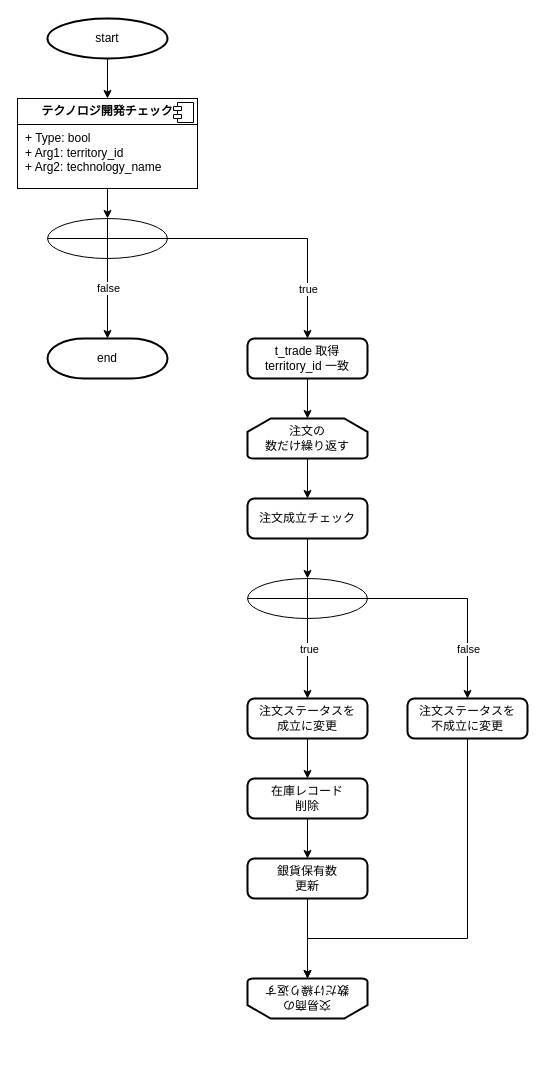
This is page "注文" (4 of 4) of table.drawio from T-Miyaoka/geeklog, a draw.io file, before an edit. Source tidied: cells renumbered, new cells numbered last; positions are measured from the earlier drawing's top-left corner, leaving out a move shared by most shapes. Both pictures are drawn from the tidied source at 100%, with x=0, y=0 at pixel (17, 18).
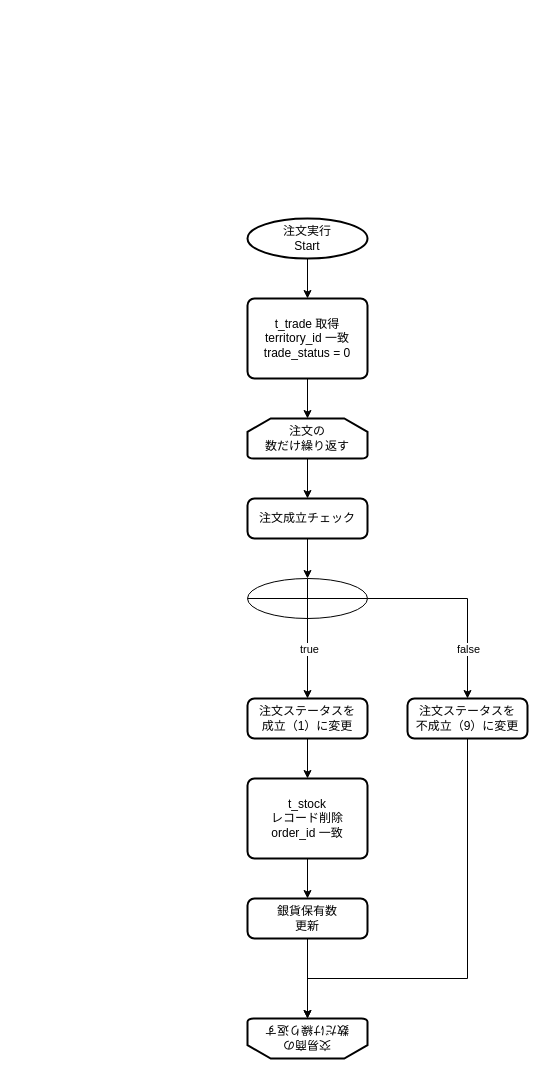
Above is the later version.

Diff of the diagram source:
```diff
@@
+    <mxCell id="33" style="edgeStyle=orthogonalEdgeStyle;rounded=0;jettySize=auto;html=1;" parent="1" edge="1" source="2" target="26">
+      <mxGeometry relative="1" as="geometry" />
+    </mxCell>
-    <mxCell id="2" value="start" style="strokeWidth=2;html=1;shape=mxgraph.flowchart.start_1;whiteSpace=wrap;" parent="1" vertex="1">
-      <mxGeometry x="30" width="120" height="40" as="geometry" />
+    <mxCell id="2" value="&lt;div&gt;注文実行&lt;/div&gt;Start" style="strokeWidth=2;html=1;shape=mxgraph.flowchart.start_1;whiteSpace=wrap;" parent="1" vertex="1">
+      <mxGeometry x="230" y="200" width="120" height="40" as="geometry" />
     </mxCell>
-    <mxCell id="3" style="edgeStyle=orthogonalEdgeStyle;rounded=0;jettySize=auto;html=1;exitX=0.5;exitY=1;exitDx=0;exitDy=0;exitPerimeter=0;" parent="1" edge="1" source="2" target="24">
-      <mxGeometry relative="1" as="geometry" />
-    </mxCell>
-    <mxCell id="4" style="edgeStyle=orthogonalEdgeStyle;rounded=0;jettySize=auto;html=1;" parent="1" edge="1" source="8" target="10">
-      <mxGeometry relative="1" as="geometry" />
-    </mxCell>
-    <mxCell id="5" value="false" style="edgeLabel;html=1;align=center;verticalAlign=middle;" parent="4" vertex="1">
-      <mxGeometry x="-0.28" y="3" relative="1" as="geometry">
-        <mxPoint x="-3" as="offset" />
-      </mxGeometry>
-    </mxCell>
-    <mxCell id="6" style="edgeStyle=orthogonalEdgeStyle;rounded=0;jettySize=auto;html=1;entryX=0.5;entryY=0;entryDx=0;entryDy=0;" parent="1" edge="1" source="8" target="26">
-      <mxGeometry relative="1" as="geometry" />
-    </mxCell>
-    <mxCell id="7" value="true" style="edgeLabel;html=1;align=center;verticalAlign=middle;" parent="6" vertex="1">
-      <mxGeometry x="-0.26" relative="1" as="geometry">
-        <mxPoint x="51" y="50" as="offset" />
-      </mxGeometry>
-    </mxCell>
-    <mxCell id="8" style="verticalLabelPosition=bottom;verticalAlign=top;html=1;shape=mxgraph.flowchart.summing_function;" parent="1" vertex="1">
-      <mxGeometry x="30" y="200" width="120" height="40" as="geometry" />
-    </mxCell>
-    <mxCell id="9" style="edgeStyle=orthogonalEdgeStyle;rounded=0;jettySize=auto;html=1;" parent="1" edge="1" source="24" target="8">
-      <mxGeometry relative="1" as="geometry" />
-    </mxCell>
-    <mxCell id="10" value="end" style="strokeWidth=2;html=1;shape=mxgraph.flowchart.terminator;whiteSpace=wrap;" parent="1" vertex="1">
-      <mxGeometry x="30" y="320" width="120" height="40" as="geometry" />
-    </mxCell>
@@
     <mxCell id="21" value="交易商の&lt;div&gt;数だけ繰り返す&lt;/div&gt;" style="strokeWidth=2;html=1;shape=mxgraph.flowchart.loop_limit;whiteSpace=wrap;rotation=-180;" parent="1" vertex="1">
-      <mxGeometry x="230" y="960" width="120" height="40" as="geometry" />
+      <mxGeometry x="230" y="1000" width="120" height="40" as="geometry" />
     </mxCell>
-    <mxCell id="22" value="注文ステータスを&lt;div&gt;成立に変更&lt;/div&gt;" style="rounded=1;whiteSpace=wrap;html=1;absoluteArcSize=1;arcSize=14;strokeWidth=2;" parent="1" vertex="1">
+    <mxCell id="22" value="注文ステータスを&lt;div&gt;成立（1）に変更&lt;/div&gt;" style="rounded=1;whiteSpace=wrap;html=1;absoluteArcSize=1;arcSize=14;strokeWidth=2;" parent="1" vertex="1">
       <mxGeometry x="230" y="680" width="120" height="40" as="geometry" />
     </mxCell>
@@
-    <mxCell id="24" value="&lt;p style=&quot;margin:0px;margin-top:6px;text-align:center;&quot;&gt;&lt;b&gt;&lt;font style=&quot;font-size: 12px;&quot;&gt;テクノロジ開発チェック&lt;/font&gt;&lt;/b&gt;&lt;/p&gt;&lt;hr size=&quot;1&quot; style=&quot;border-style:solid;&quot;&gt;&lt;p style=&quot;margin:0px;margin-left:8px;&quot;&gt;&lt;font style=&quot;font-size: 12px;&quot;&gt;&lt;font style=&quot;font-size: 12px;&quot;&gt;+ Type: bool&lt;br&gt;&lt;/font&gt;&lt;/font&gt;&lt;/p&gt;&lt;p style=&quot;margin:0px;margin-left:8px;&quot;&gt;&lt;font style=&quot;font-size: 12px;&quot;&gt;&lt;font style=&quot;font-size: 12px;&quot;&gt;+ Arg1:&amp;nbsp;&lt;span style=&quot;text-wrap: nowrap; text-align: center;&quot;&gt;territory&lt;/span&gt;&lt;span style=&quot;&quot;&gt;_id&lt;/span&gt;&lt;br&gt;+ Arg2:&amp;nbsp;&lt;/font&gt;&lt;span style=&quot;background-color: initial;&quot;&gt;technology_name&lt;/span&gt;&lt;/font&gt;&lt;/p&gt;" style="align=left;overflow=fill;html=1;whiteSpace=wrap;" parent="1" vertex="1">
-      <mxGeometry y="80" width="180" height="90" as="geometry" />
-    </mxCell>
-    <mxCell id="25" style="shape=component;jettyWidth=8;jettyHeight=4;" parent="24" vertex="1">
-      <mxGeometry x="1" width="20" height="20" relative="1" as="geometry">
-        <mxPoint x="-24" y="4" as="offset" />
-      </mxGeometry>
-    </mxCell>
-    <mxCell id="26" value="&lt;span style=&quot;text-wrap: nowrap;&quot;&gt;t_trade 取得&lt;/span&gt;&lt;div&gt;&lt;span style=&quot;text-wrap: nowrap;&quot;&gt;territory&lt;/span&gt;&lt;span style=&quot;text-align: left;&quot;&gt;_id 一致&lt;/span&gt;&lt;span style=&quot;text-wrap: nowrap;&quot;&gt;&lt;br&gt;&lt;/span&gt;&lt;/div&gt;" style="rounded=1;whiteSpace=wrap;html=1;absoluteArcSize=1;arcSize=14;strokeWidth=2;" parent="1" vertex="1">
-      <mxGeometry x="230" y="320" width="120" height="40" as="geometry" />
+    <mxCell id="26" value="&lt;span style=&quot;text-wrap: nowrap;&quot;&gt;t_trade 取得&lt;/span&gt;&lt;div&gt;&lt;span style=&quot;text-wrap: nowrap;&quot;&gt;territory&lt;/span&gt;&lt;span style=&quot;text-align: left;&quot;&gt;_id 一致&lt;/span&gt;&lt;span style=&quot;text-wrap: nowrap;&quot;&gt;&lt;br&gt;&lt;/span&gt;&lt;/div&gt;&lt;div&gt;&lt;span style=&quot;text-align: left;&quot;&gt;trade_status = 0&lt;/span&gt;&lt;/div&gt;" style="rounded=1;whiteSpace=wrap;html=1;absoluteArcSize=1;arcSize=14;strokeWidth=2;" parent="1" vertex="1">
+      <mxGeometry x="230" y="280" width="120" height="80" as="geometry" />
     </mxCell>
     <mxCell id="27" style="edgeStyle=orthogonalEdgeStyle;rounded=0;jettySize=auto;html=1;" parent="1" edge="1" source="28" target="21">
       <mxGeometry relative="1" as="geometry">
         <Array as="points">
-          <mxPoint x="450" y="920" />
-          <mxPoint x="290" y="920" />
+          <mxPoint x="450" y="960" />
+          <mxPoint x="290" y="960" />
         </Array>
       </mxGeometry>
     </mxCell>
-    <mxCell id="28" value="注文ステータスを&lt;div&gt;不成立に変更&lt;/div&gt;" style="rounded=1;whiteSpace=wrap;html=1;absoluteArcSize=1;arcSize=14;strokeWidth=2;" parent="1" vertex="1">
+    <mxCell id="28" value="注文ステータスを&lt;div&gt;不成立（9）に変更&lt;/div&gt;" style="rounded=1;whiteSpace=wrap;html=1;absoluteArcSize=1;arcSize=14;strokeWidth=2;" parent="1" vertex="1">
       <mxGeometry x="390" y="680" width="120" height="40" as="geometry" />
     </mxCell>
@@
-    <mxCell id="30" value="&lt;span style=&quot;text-wrap: nowrap;&quot;&gt;在庫レコード&lt;/span&gt;&lt;div&gt;&lt;span style=&quot;text-wrap: nowrap;&quot;&gt;削除&lt;/span&gt;&lt;/div&gt;" style="rounded=1;whiteSpace=wrap;html=1;absoluteArcSize=1;arcSize=14;strokeWidth=2;" parent="1" vertex="1">
-      <mxGeometry x="230" y="760" width="120" height="40" as="geometry" />
+    <mxCell id="30" value="&lt;div&gt;&lt;span style=&quot;text-wrap: nowrap; background-color: initial;&quot;&gt;t_stock&lt;/span&gt;&lt;br&gt;&lt;/div&gt;&lt;div&gt;&lt;span style=&quot;text-wrap: nowrap; background-color: initial;&quot;&gt;レコード削除&lt;/span&gt;&lt;/div&gt;&lt;div&gt;&lt;span style=&quot;text-wrap: nowrap;&quot;&gt;order_id 一致&lt;/span&gt;&lt;/div&gt;" style="rounded=1;whiteSpace=wrap;html=1;absoluteArcSize=1;arcSize=14;strokeWidth=2;" parent="1" vertex="1">
+      <mxGeometry x="230" y="760" width="120" height="80" as="geometry" />
     </mxCell>
@@
     <mxCell id="32" value="&lt;span style=&quot;text-wrap: nowrap;&quot;&gt;銀貨保有数&lt;/span&gt;&lt;div&gt;&lt;span style=&quot;text-wrap: nowrap;&quot;&gt;更新&lt;/span&gt;&lt;/div&gt;" style="rounded=1;whiteSpace=wrap;html=1;absoluteArcSize=1;arcSize=14;strokeWidth=2;" parent="1" vertex="1">
-      <mxGeometry x="230" y="840" width="120" height="40" as="geometry" />
+      <mxGeometry x="230" y="880" width="120" height="40" as="geometry" />
     </mxCell>
```
